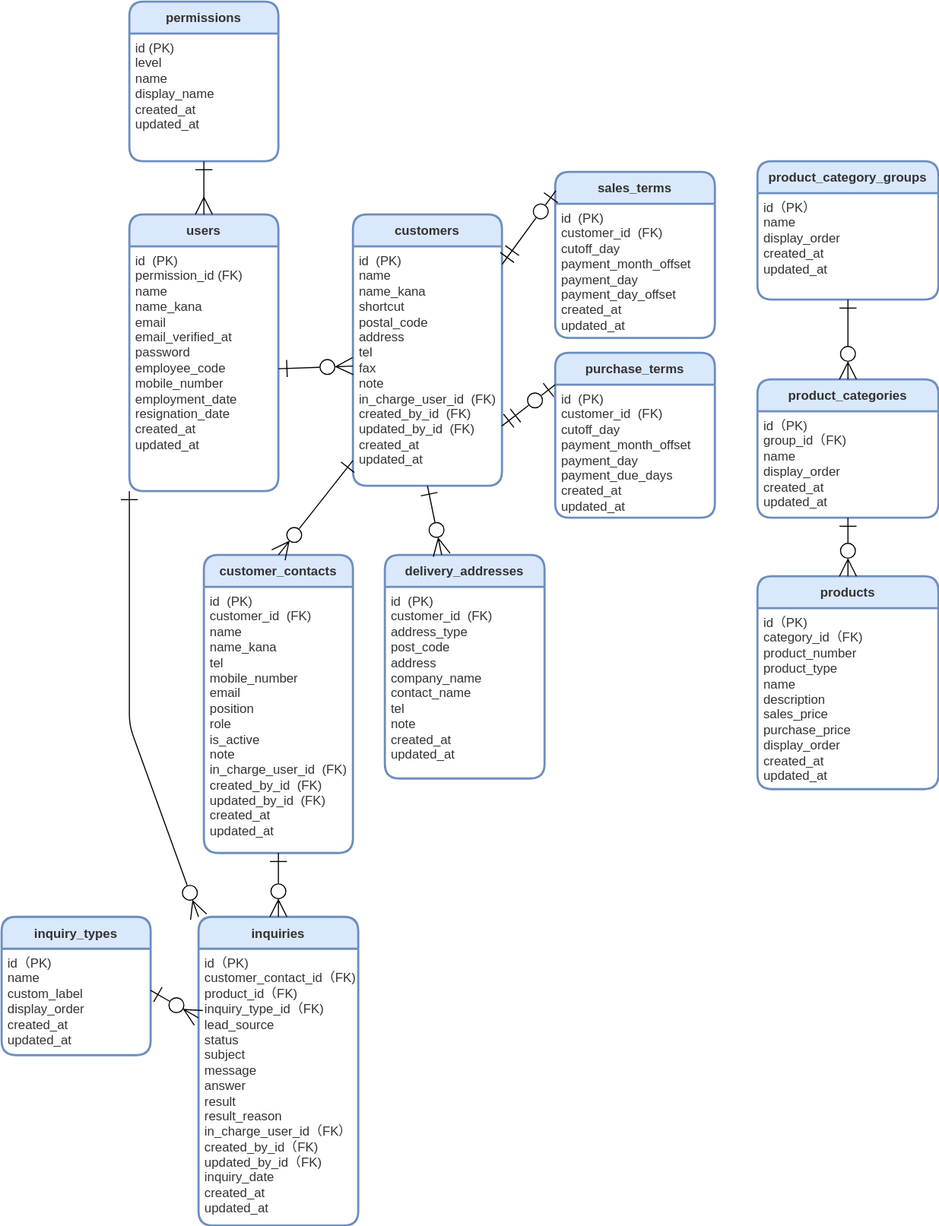
ryo-tom/flagship keeps this draw.io diagram as src/docs/ER.drawio.svg. Above is the earlier version. Source tidied: cells renumbered, new cells last; positions are measured from the earlier drawing's top-left corner, leaving out a move shared by most shapes.
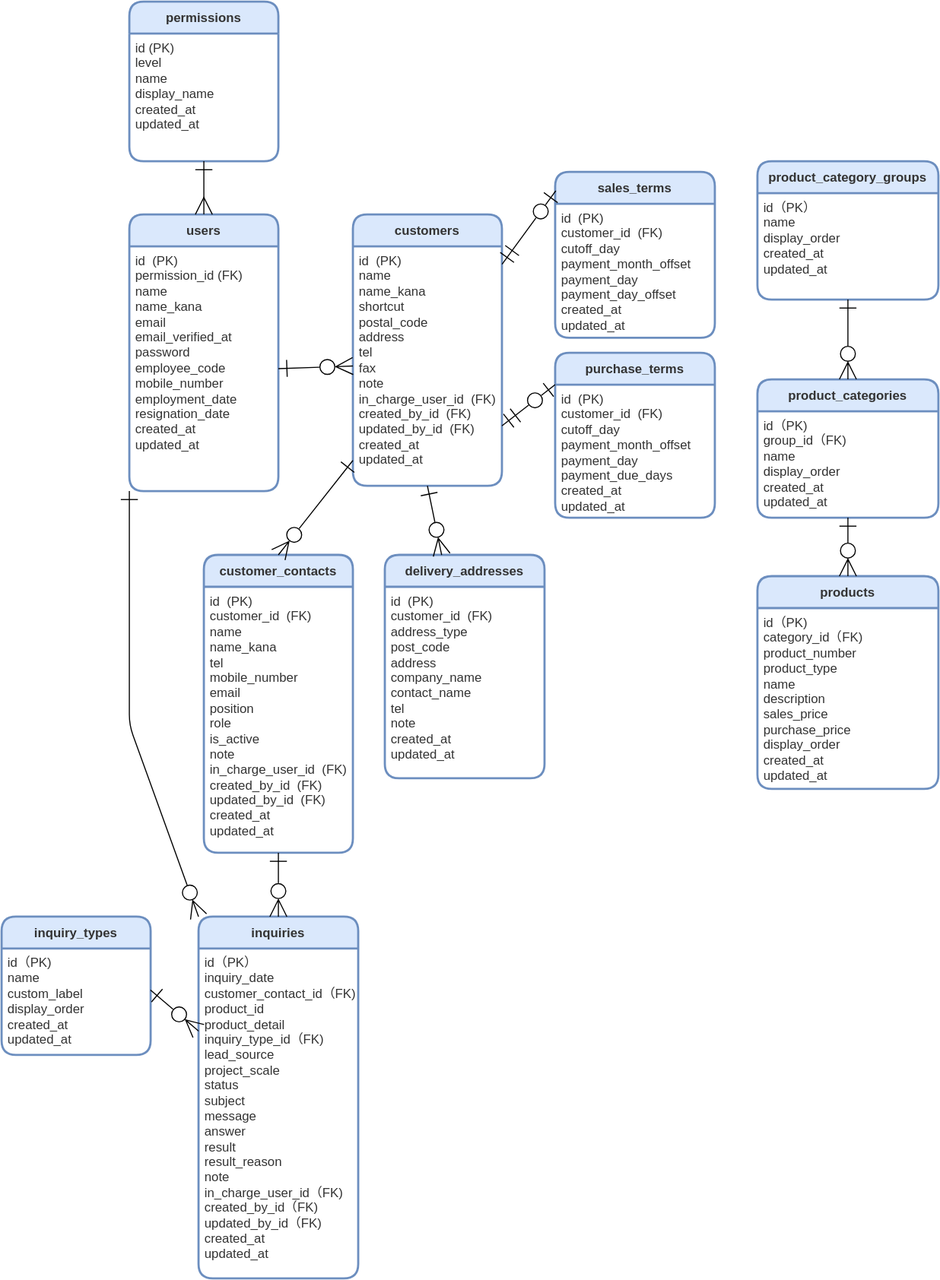
Above is the later version.

Commit message:
style: change order of inquiry_date

The edit, as a diff of the source:
```diff
@@ -93,10 +93,10 @@
       <mxGeometry y="30" width="140" height="100" as="geometry" />
     </mxCell>
     <mxCell id="32" value="inquiries" style="swimlane;horizontal=1;startSize=30;rounded=1;fontSize=12;fontStyle=1;strokeWidth=2;shadow=0;dashed=0;align=center;fillColor=#dae8fc;strokeColor=#6c8ebf;fontColor=#333333;labelBackgroundColor=none;gradientColor=none;swimlaneFillColor=#FFFFFF;verticalAlign=middle;" parent="1" vertex="1">
-      <mxGeometry x="185" y="860" width="150" height="290" as="geometry" />
+      <mxGeometry x="185" y="860" width="150" height="340" as="geometry" />
     </mxCell>
-    <mxCell id="33" value="&lt;div&gt;id（PK)&lt;/div&gt;&lt;div&gt;customer_contact_id（FK)&lt;/div&gt;&lt;div&gt;product_id（FK)&lt;/div&gt;&lt;div&gt;inquiry_type_id（FK)&lt;/div&gt;&lt;div&gt;lead_source&lt;/div&gt;&lt;div&gt;status&lt;/div&gt;&lt;div&gt;subject&lt;br&gt;&lt;/div&gt;&lt;div&gt;message&lt;/div&gt;&lt;div&gt;answer&lt;/div&gt;&lt;div&gt;result&lt;/div&gt;&lt;div&gt;result_reason&lt;/div&gt;&lt;div&gt;in_charge_user_id（FK）&lt;/div&gt;&lt;div&gt;created_by_id（FK)&lt;/div&gt;&lt;div&gt;updated_by_id（FK)&lt;/div&gt;&lt;div&gt;inquiry_date&lt;/div&gt;&lt;div&gt;created_at&lt;/div&gt;&lt;div&gt;updated_at&lt;/div&gt;" style="align=left;strokeColor=none;fillColor=none;spacingLeft=4;fontSize=12;verticalAlign=top;fontColor=#333333;html=1;" parent="32" vertex="1">
-      <mxGeometry y="30" width="150" height="260" as="geometry" />
+    <mxCell id="33" value="&lt;div&gt;id（PK）&lt;/div&gt;&lt;div&gt;inquiry_date&lt;/div&gt;&lt;div&gt;customer_contact_id（FK)&lt;/div&gt;&lt;div&gt;product_id&lt;/div&gt;&lt;div&gt;product_detail&lt;/div&gt;&lt;div&gt;inquiry_type_id（FK)&lt;/div&gt;&lt;div&gt;lead_source&lt;/div&gt;&lt;div&gt;project_scale&lt;/div&gt;&lt;div&gt;status&lt;/div&gt;&lt;div&gt;subject&lt;/div&gt;&lt;div&gt;message&lt;/div&gt;&lt;div&gt;answer&lt;/div&gt;&lt;div&gt;result&lt;/div&gt;&lt;div&gt;result_reason&lt;/div&gt;&lt;div&gt;note&lt;/div&gt;&lt;div&gt;in_charge_user_id（FK)&lt;/div&gt;&lt;div&gt;created_by_id（FK)&lt;/div&gt;&lt;div&gt;updated_by_id（FK)&lt;/div&gt;&lt;div&gt;&lt;span style=&quot;background-color: initial;&quot;&gt;created_at&lt;/span&gt;&lt;/div&gt;&lt;div&gt;updated_at&lt;/div&gt;" style="align=left;strokeColor=none;fillColor=none;spacingLeft=4;fontSize=12;verticalAlign=top;fontColor=#333333;html=1;" parent="32" vertex="1">
+      <mxGeometry y="30" width="150" height="310" as="geometry" />
     </mxCell>
     <mxCell id="34" style="edgeStyle=none;shape=connector;rounded=1;jumpStyle=none;jumpSize=6;html=1;entryX=0;entryY=0.25;entryDx=0;entryDy=0;shadow=0;labelBackgroundColor=default;strokeColor=default;fontFamily=Helvetica;fontSize=12;fontColor=default;startArrow=ERone;startFill=0;endArrow=ERzeroToMany;endFill=0;startSize=14;endSize=14;targetPerimeterSpacing=0;verticalAlign=top;exitX=0.999;exitY=0.39;exitDx=0;exitDy=0;exitPerimeter=0;" parent="1" edge="1" source="31" target="33">
       <mxGeometry relative="1" as="geometry" />
```
